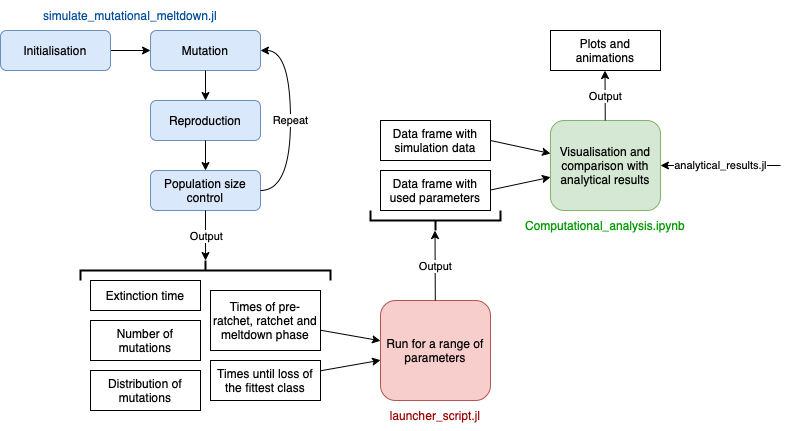
Above: Flowchart.png in LucyL-J/Time-to-mutational-meltdown (draw.io), before the change. Source tidied: cells renumbered, new cells last; positions are measured from the earlier drawing's top-left corner, leaving out a move shared by most shapes. The source it was exported from:
```xml
<mxGraphModel>
  <root>
    <mxCell id="0" />
    <mxCell id="1" parent="0" />
    <mxCell id="2" style="endArrow=classic;html=1;rounded=0;" parent="1" edge="1" source="28" target="3">
      <mxGeometry relative="1" as="geometry" />
    </mxCell>
    <mxCell id="3" value="Mutation" style="rounded=1;whiteSpace=wrap;html=1;fillColor=#dae8fc;strokeColor=#6c8ebf;" parent="1" vertex="1">
      <mxGeometry x="150" y="30" width="110" height="40" as="geometry" />
    </mxCell>
    <mxCell id="4" style="endArrow=classic;html=1;rounded=0;" parent="1" edge="1" source="3" target="5">
      <mxGeometry relative="1" as="geometry" />
    </mxCell>
    <mxCell id="5" value="Reproduction" style="rounded=1;whiteSpace=wrap;html=1;fillColor=#dae8fc;strokeColor=#6c8ebf;" parent="1" vertex="1">
      <mxGeometry x="150" y="100" width="110" height="40" as="geometry" />
    </mxCell>
    <mxCell id="6" style="endArrow=classic;html=1;rounded=0;" parent="1" edge="1" source="5" target="7">
      <mxGeometry relative="1" as="geometry" />
    </mxCell>
    <mxCell id="7" value="Population size control" style="rounded=1;whiteSpace=wrap;html=1;fillColor=#dae8fc;strokeColor=#6c8ebf;" parent="1" vertex="1">
      <mxGeometry x="150" y="170" width="110" height="40" as="geometry" />
    </mxCell>
    <mxCell id="8" value="Repeat" style="curved=1;endArrow=classic;html=1;rounded=0;exitX=1;exitY=0.5;exitDx=0;exitDy=0;entryX=1;entryY=0.5;entryDx=0;entryDy=0;" parent="1" edge="1" source="7" target="3">
      <mxGeometry relative="1" as="geometry">
        <Array as="points">
          <mxPoint x="290" y="190" />
          <mxPoint x="290" y="50" />
        </Array>
      </mxGeometry>
    </mxCell>
    <mxCell id="9" value="Times of pre-ratchet, ratchet and meltdown phase" style="rounded=0;whiteSpace=wrap;html=1;" parent="1" vertex="1">
      <mxGeometry x="210" y="290" width="110" height="60" as="geometry" />
    </mxCell>
    <mxCell id="10" value="Times until loss of the fittest class" style="rounded=0;whiteSpace=wrap;html=1;" parent="1" vertex="1">
      <mxGeometry x="210" y="360" width="110" height="40" as="geometry" />
    </mxCell>
    <mxCell id="11" value="Extinction time" style="rounded=0;whiteSpace=wrap;html=1;" parent="1" vertex="1">
      <mxGeometry x="90" y="280" width="110" height="30" as="geometry" />
    </mxCell>
    <mxCell id="12" value="Number of mutations" style="rounded=0;whiteSpace=wrap;html=1;" parent="1" vertex="1">
      <mxGeometry x="90" y="320" width="110" height="40" as="geometry" />
    </mxCell>
    <mxCell id="13" value="Distribution of mutations" style="rounded=0;whiteSpace=wrap;html=1;" parent="1" vertex="1">
      <mxGeometry x="90" y="370" width="110" height="40" as="geometry" />
    </mxCell>
    <mxCell id="14" style="endArrow=classic;html=1;rounded=0;" parent="1" edge="1" source="7" target="16">
      <mxGeometry relative="1" as="geometry" />
    </mxCell>
    <mxCell id="15" value="Output" style="edgeLabel;html=1;align=center;verticalAlign=middle;" parent="14" vertex="1">
      <mxGeometry relative="1" as="geometry" />
    </mxCell>
    <mxCell id="16" style="strokeWidth=2;html=1;shape=mxgraph.flowchart.annotation_2;align=left;labelPosition=right;direction=south;" parent="1" vertex="1">
      <mxGeometry x="80" y="260" width="250" height="20" as="geometry" />
    </mxCell>
    <mxCell id="17" style="endArrow=classic;html=1;rounded=0;" parent="1" edge="1" source="9" target="19">
      <mxGeometry relative="1" as="geometry" />
    </mxCell>
    <mxCell id="18" style="endArrow=classic;html=1;rounded=0;" parent="1" edge="1" source="10" target="19">
      <mxGeometry relative="1" as="geometry" />
    </mxCell>
    <mxCell id="19" value="Run for a range of parameters" style="rounded=1;whiteSpace=wrap;html=1;fillColor=#f8cecc;strokeColor=#b85450;" parent="1" vertex="1">
      <mxGeometry x="380" y="300" width="110" height="100" as="geometry" />
    </mxCell>
    <mxCell id="20" style="endArrow=classic;html=1;rounded=0;" parent="1" edge="1" source="19">
      <mxGeometry relative="1" as="geometry">
        <mxPoint x="434.5" y="230" as="targetPoint" />
      </mxGeometry>
    </mxCell>
    <mxCell id="21" value="Output" style="edgeLabel;html=1;align=center;verticalAlign=middle;" parent="20" vertex="1">
      <mxGeometry relative="1" as="geometry" />
    </mxCell>
    <mxCell id="22" value="Data frame with simulation data" style="rounded=0;whiteSpace=wrap;html=1;" parent="1" vertex="1">
      <mxGeometry x="380" y="120" width="110" height="40" as="geometry" />
    </mxCell>
    <mxCell id="23" value="Data frame with used parameters" style="rounded=0;whiteSpace=wrap;html=1;" parent="1" vertex="1">
      <mxGeometry x="380" y="170" width="110" height="40" as="geometry" />
    </mxCell>
    <mxCell id="24" style="strokeWidth=2;html=1;shape=mxgraph.flowchart.annotation_2;align=left;labelPosition=right;direction=north;" parent="1" vertex="1">
      <mxGeometry x="370" y="210" width="130" height="20" as="geometry" />
    </mxCell>
    <mxCell id="25" style="endArrow=classic;html=1;rounded=0;" parent="1" edge="1" target="27">
      <mxGeometry relative="1" as="geometry">
        <mxPoint x="490" y="140" as="sourcePoint" />
      </mxGeometry>
    </mxCell>
    <mxCell id="26" style="endArrow=classic;html=1;rounded=0;" parent="1" edge="1" target="27">
      <mxGeometry relative="1" as="geometry">
        <mxPoint x="490" y="189.5" as="sourcePoint" />
      </mxGeometry>
    </mxCell>
    <mxCell id="27" value="Visualisation and comparison with analytical results" style="rounded=1;whiteSpace=wrap;html=1;fillColor=#d5e8d4;strokeColor=#82b366;" parent="1" vertex="1">
      <mxGeometry x="550" y="120" width="110" height="90" as="geometry" />
    </mxCell>
    <mxCell id="28" value="Initialisation" style="rounded=1;whiteSpace=wrap;html=1;fillColor=#dae8fc;strokeColor=#6c8ebf;" parent="1" vertex="1">
      <mxGeometry y="30" width="110" height="40" as="geometry" />
    </mxCell>
    <mxCell id="29" value="analytical_results.jl" style="endArrow=classic;html=1;rounded=0;entryX=1;entryY=0.5;entryDx=0;entryDy=0;" parent="1" edge="1" target="27">
      <mxGeometry relative="1" as="geometry">
        <mxPoint x="780" y="165" as="sourcePoint" />
      </mxGeometry>
    </mxCell>
    <mxCell id="30" style="endArrow=classic;html=1;rounded=0;" parent="1" edge="1" source="27">
      <mxGeometry relative="1" as="geometry">
        <mxPoint x="604.5" y="70" as="targetPoint" />
      </mxGeometry>
    </mxCell>
    <mxCell id="31" value="Output" style="edgeLabel;html=1;align=center;verticalAlign=middle;" parent="30" vertex="1">
      <mxGeometry relative="1" as="geometry" />
    </mxCell>
    <mxCell id="32" value="Plots and animations" style="rounded=0;whiteSpace=wrap;html=1;" parent="1" vertex="1">
      <mxGeometry x="550" y="30" width="110" height="40" as="geometry" />
    </mxCell>
    <mxCell id="33" value="simulate_mutational_meltdown.jl" style="text;html=1;strokeColor=none;fillColor=none;align=center;verticalAlign=middle;whiteSpace=wrap;rounded=0;fontColor=#004C99;" parent="1" vertex="1">
      <mxGeometry x="30" width="200" height="30" as="geometry" />
    </mxCell>
    <mxCell id="34" value="&lt;font color=&quot;#990000&quot;&gt;launcher_script.jl&lt;/font&gt;" style="text;html=1;strokeColor=none;fillColor=none;align=center;verticalAlign=middle;whiteSpace=wrap;rounded=0;fontColor=#004C99;" parent="1" vertex="1">
      <mxGeometry x="335" y="400" width="200" height="30" as="geometry" />
    </mxCell>
    <mxCell id="35" value="&lt;font color=&quot;#009900&quot;&gt;Computational_analysis.ipynb&lt;/font&gt;" style="text;html=1;strokeColor=none;fillColor=none;align=center;verticalAlign=middle;whiteSpace=wrap;rounded=0;fontColor=#004C99;rotation=0;" parent="1" vertex="1">
      <mxGeometry x="505" y="210" width="200" height="30" as="geometry" />
    </mxCell>
  </root>
</mxGraphModel>
```
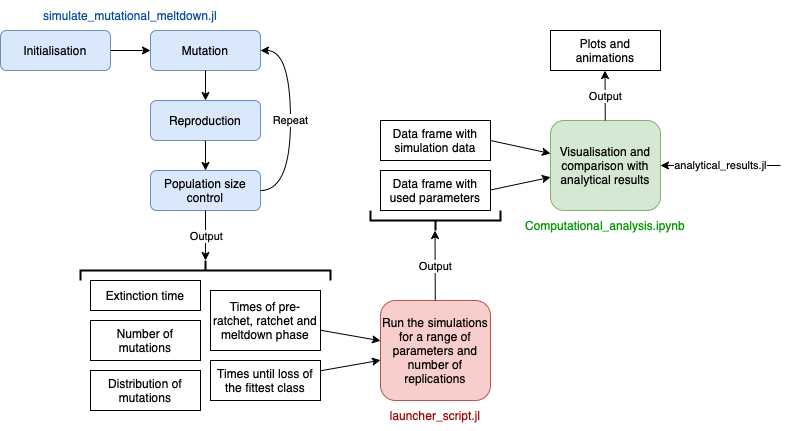
Later version of the same file.

Commit message:
Renamed flow chart

What changed in the source:
```diff
@@ -58,7 +58,7 @@
     <mxCell id="18" style="endArrow=classic;html=1;rounded=0;" parent="1" edge="1" source="10" target="19">
       <mxGeometry relative="1" as="geometry" />
     </mxCell>
-    <mxCell id="19" value="Run for a range of parameters" style="rounded=1;whiteSpace=wrap;html=1;fillColor=#f8cecc;strokeColor=#b85450;" parent="1" vertex="1">
+    <mxCell id="19" value="Run the simulations for a range of parameters and number of replications" style="rounded=1;whiteSpace=wrap;html=1;fillColor=#f8cecc;strokeColor=#b85450;" parent="1" vertex="1">
       <mxGeometry x="380" y="300" width="110" height="100" as="geometry" />
     </mxCell>
     <mxCell id="20" style="endArrow=classic;html=1;rounded=0;" parent="1" edge="1" source="19">
```
